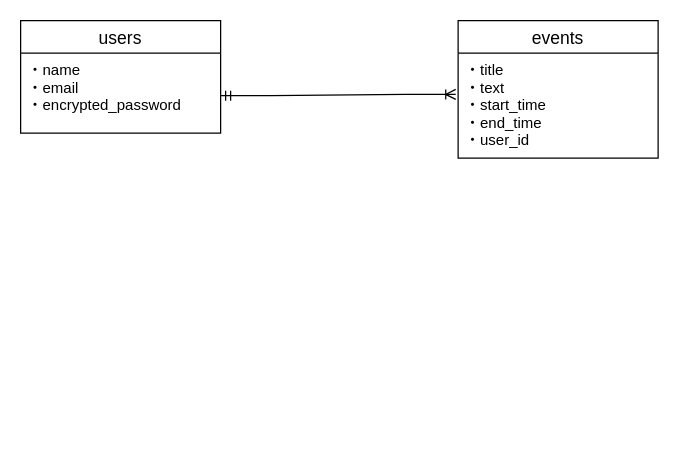
Above: ER.dio in nikan006/calendar-app (draw.io), before the change. Source tidied: cells renumbered, new cells numbered last; positions are measured from the earlier drawing's top-left corner, leaving out a move shared by most shapes. Both pictures are drawn from the tidied source at 125%, with x=0, y=0 at pixel (20, 20).
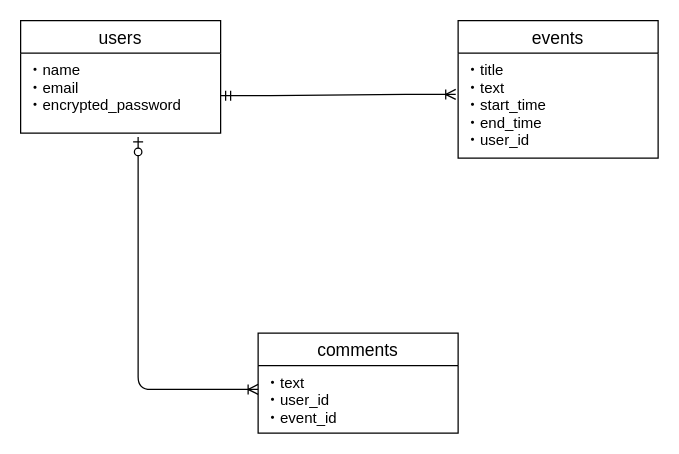
The same page after the edit.

Diff of the diagram source:
```diff
@@
 <mxGraphModel>
   <root>
     <mxCell id="0" />
     <mxCell id="1" parent="0" />
     <mxCell id="2" value="events" style="swimlane;fontStyle=0;horizontal=1;startSize=26;align=center;fontSize=14;" parent="1" vertex="1">
       <mxGeometry x="350" width="160" height="110" as="geometry" />
     </mxCell>
     <mxCell id="3" value="・title&#10;・text&#10;・start_time&#10;・end_time&#10;・user_id&#10;" style="text;strokeColor=none;fillColor=none;spacingLeft=4;spacingRight=4;overflow=hidden;points=[[0,0.5],[1,0.5]];portConstraint=eastwest;fontSize=12;" parent="2" vertex="1">
       <mxGeometry y="26" width="160" height="84" as="geometry" />
     </mxCell>
     <mxCell id="4" value="users" style="swimlane;fontStyle=0;horizontal=1;startSize=26;align=center;fontSize=14;" parent="1" vertex="1">
       <mxGeometry width="160" height="90" as="geometry" />
     </mxCell>
     <mxCell id="5" value="・name&#10;・email&#10;・encrypted_password&#10;" style="text;strokeColor=none;fillColor=none;spacingLeft=4;spacingRight=4;overflow=hidden;fontSize=12;" parent="4" vertex="1">
       <mxGeometry y="26" width="160" height="64" as="geometry" />
     </mxCell>
     <mxCell id="6" style="edgeStyle=entityRelationEdgeStyle;fontSize=12;html=1;endArrow=ERoneToMany;startArrow=ERmandOne;entryX=-0.012;entryY=0.393;entryDx=0;entryDy=0;entryPerimeter=0;" parent="1" edge="1" target="3">
       <mxGeometry relative="1" as="geometry">
         <mxPoint x="160" y="60" as="sourcePoint" />
       </mxGeometry>
     </mxCell>
+    <mxCell id="7" value="comments" style="swimlane;fontStyle=0;horizontal=1;startSize=26;align=center;fontSize=14;" parent="1" vertex="1">
+      <mxGeometry x="190" y="250" width="160" height="80" as="geometry" />
+    </mxCell>
+    <mxCell id="8" value="・text&#10;・user_id&#10;・event_id" style="text;strokeColor=none;fillColor=none;spacingLeft=4;spacingRight=4;overflow=hidden;fontSize=12;" parent="7" vertex="1">
+      <mxGeometry y="26" width="160" height="54" as="geometry" />
+    </mxCell>
+    <mxCell id="9" style="fontSize=12;html=1;endArrow=ERoneToMany;startArrow=ERzeroToOne;" parent="1" edge="1">
+      <mxGeometry relative="1" as="geometry">
+        <mxPoint x="94" y="93" as="sourcePoint" />
+        <mxPoint x="190" y="295" as="targetPoint" />
+        <Array as="points">
+          <mxPoint x="94" y="295" />
+        </Array>
+      </mxGeometry>
+    </mxCell>
   </root>
 </mxGraphModel>
```
